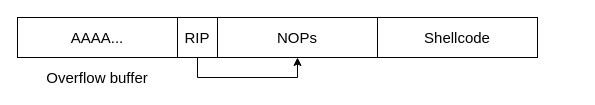
Above: thesis/assets/figures/chapter2/stack-smashing-payload.drawio in jlauinger/master-of-science (draw.io), before the change. Source tidied: cells renumbered, new cells numbered last; positions are measured from the earlier drawing's top-left corner, leaving out a move shared by most shapes. Both pictures are drawn from the tidied source at 100%, with x=0, y=0 at pixel (17, 17).
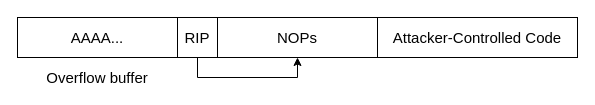
The same diagram, later.

What changed in the source:
```diff
@@
 <mxGraphModel>
   <root>
     <mxCell id="0" />
     <mxCell id="1" parent="0" />
     <mxCell id="2" value="AAAA..." style="rounded=0;whiteSpace=wrap;html=1;fontSize=15;" parent="1" vertex="1">
       <mxGeometry width="160" height="40" as="geometry" />
     </mxCell>
     <mxCell id="3" style="edgeStyle=orthogonalEdgeStyle;rounded=0;jettySize=auto;html=1;exitX=0.5;exitY=1;exitDx=0;exitDy=0;fontSize=15;entryX=0.5;entryY=1;entryDx=0;entryDy=0;" parent="1" edge="1" source="4" target="5">
       <mxGeometry relative="1" as="geometry" />
     </mxCell>
     <mxCell id="4" value="RIP" style="rounded=0;whiteSpace=wrap;html=1;fontSize=15;" parent="1" vertex="1">
       <mxGeometry x="160" width="40" height="40" as="geometry" />
     </mxCell>
     <mxCell id="5" value="NOPs" style="rounded=0;whiteSpace=wrap;html=1;fontSize=15;" parent="1" vertex="1">
       <mxGeometry x="200" width="160" height="40" as="geometry" />
     </mxCell>
-    <mxCell id="6" value="Shellcode" style="rounded=0;whiteSpace=wrap;html=1;fontSize=15;" parent="1" vertex="1">
-      <mxGeometry x="360" width="160" height="40" as="geometry" />
+    <mxCell id="6" value="Attacker-Controlled Code" style="rounded=0;whiteSpace=wrap;html=1;fontSize=15;" parent="1" vertex="1">
+      <mxGeometry x="360" width="200" height="40" as="geometry" />
     </mxCell>
     <mxCell id="7" value="Overflow buffer" style="text;html=1;strokeColor=none;fillColor=none;align=center;verticalAlign=middle;whiteSpace=wrap;rounded=0;fontSize=15;" parent="1" vertex="1">
       <mxGeometry y="50" width="160" height="20" as="geometry" />
     </mxCell>
   </root>
 </mxGraphModel>
```
